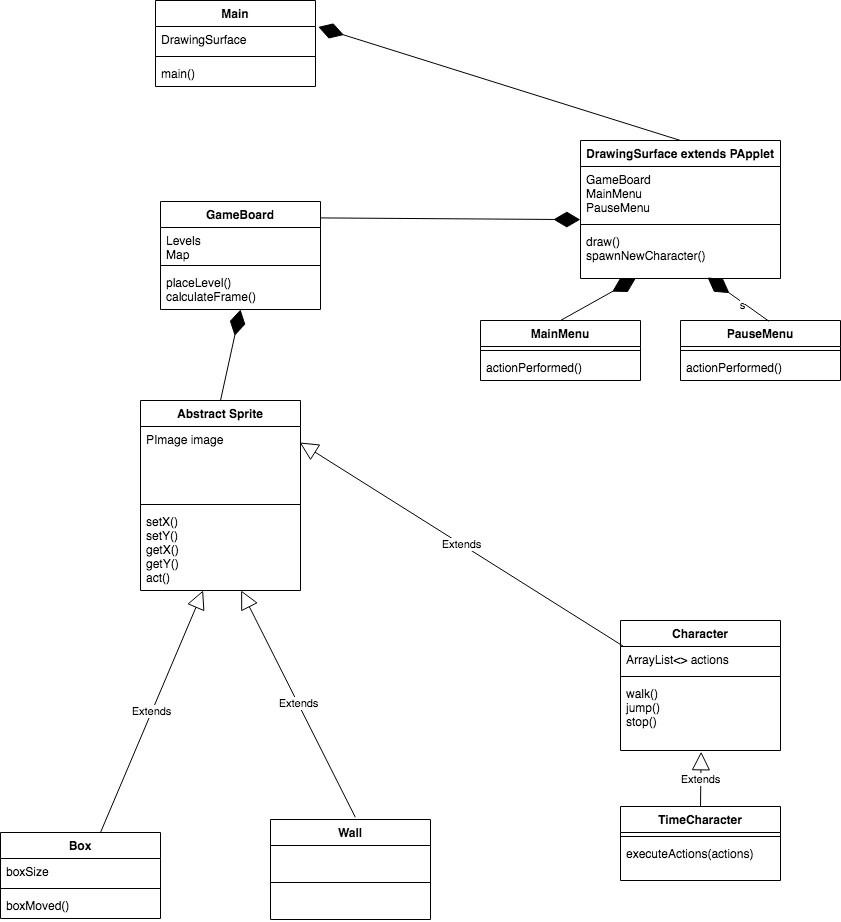
Above: TimeEscape/doc/Final Capstone Project UML Diagram.png in HHSAPCompSci2020/capstone-project-timetravel (draw.io), before the change. Source tidied: cells renumbered, new cells last; positions are measured from the earlier drawing's top-left corner, leaving out a move shared by most shapes.
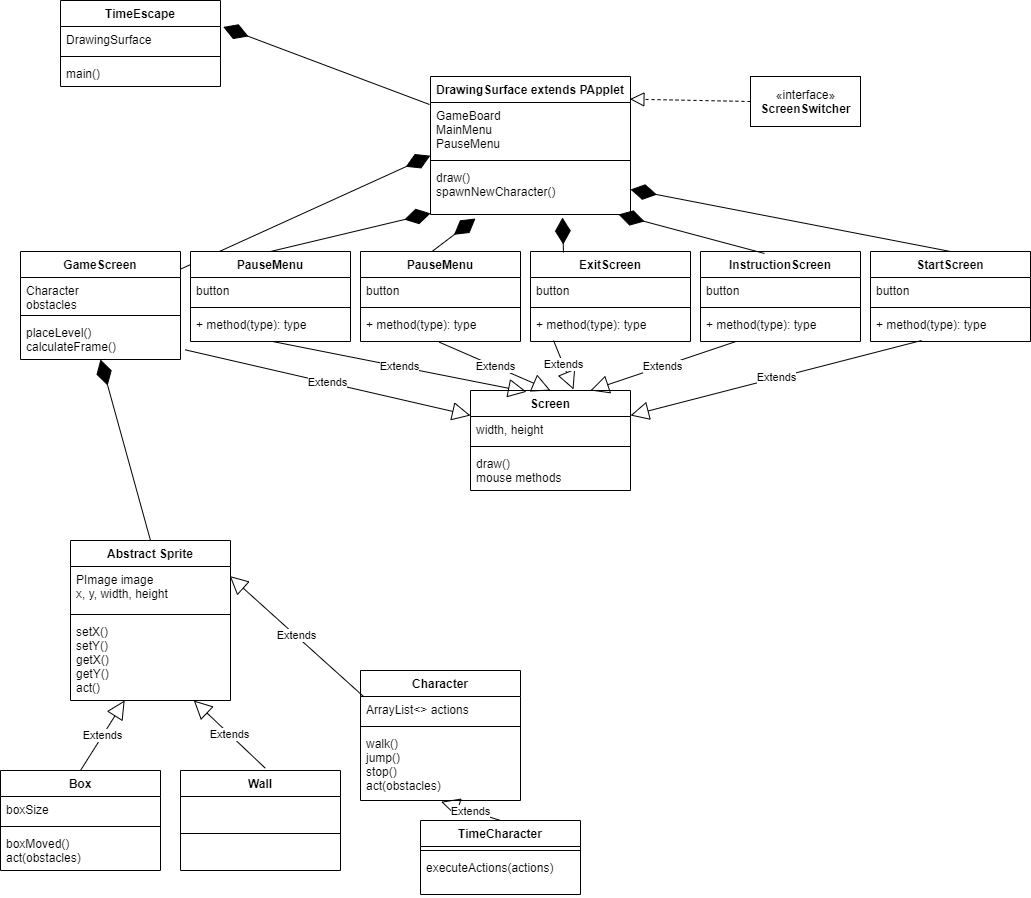
Above is the later version.

The edit, as a diff of the source:
```diff
@@ -4,4 +4,4 @@
     <mxCell id="1" parent="0" />
-    <mxCell id="2" value="Main" style="swimlane;fontStyle=1;align=center;verticalAlign=top;horizontal=1;startSize=26;" parent="1" vertex="1">
-      <mxGeometry x="155" width="160" height="86" as="geometry" />
+    <mxCell id="2" value="TimeEscape" style="swimlane;fontStyle=1;align=center;verticalAlign=top;horizontal=1;startSize=26;" parent="1" vertex="1">
+      <mxGeometry x="-20" y="-50" width="160" height="86" as="geometry" />
     </mxCell>
@@ -17,3 +17,3 @@
     <mxCell id="6" value="DrawingSurface extends PApplet" style="swimlane;fontStyle=1;align=center;verticalAlign=top;horizontal=1;startSize=26;" parent="1" vertex="1">
-      <mxGeometry x="580" y="140" width="200" height="138" as="geometry" />
+      <mxGeometry x="350" y="26" width="200" height="138" as="geometry" />
     </mxCell>
@@ -28,22 +28,4 @@
     </mxCell>
-    <mxCell id="10" value="MainMenu" style="swimlane;fontStyle=1;align=center;verticalAlign=top;horizontal=1;startSize=26;" parent="1" vertex="1">
-      <mxGeometry x="480" y="320" width="160" height="60" as="geometry" />
-    </mxCell>
-    <mxCell id="11" style="line;strokeWidth=1;fillColor=none;align=left;verticalAlign=middle;spacingTop=-1;spacingLeft=3;spacingRight=3;labelPosition=right;" parent="10" vertex="1">
-      <mxGeometry y="26" width="160" height="8" as="geometry" />
-    </mxCell>
-    <mxCell id="12" value="actionPerformed()" style="text;strokeColor=none;fillColor=none;align=left;verticalAlign=top;spacingLeft=4;spacingRight=4;overflow=hidden;" parent="10" vertex="1">
-      <mxGeometry y="34" width="160" height="26" as="geometry" />
-    </mxCell>
-    <mxCell id="13" value="PauseMenu" style="swimlane;fontStyle=1;align=center;verticalAlign=top;horizontal=1;startSize=26;" parent="1" vertex="1">
-      <mxGeometry x="680" y="320" width="160" height="60" as="geometry" />
-    </mxCell>
-    <mxCell id="14" style="line;strokeWidth=1;fillColor=none;align=left;verticalAlign=middle;spacingTop=-1;spacingLeft=3;spacingRight=3;labelPosition=right;" parent="13" vertex="1">
-      <mxGeometry y="26" width="160" height="8" as="geometry" />
-    </mxCell>
-    <mxCell id="15" value="actionPerformed()" style="text;strokeColor=none;fillColor=none;align=left;verticalAlign=top;spacingLeft=4;spacingRight=4;overflow=hidden;" parent="13" vertex="1">
-      <mxGeometry y="34" width="160" height="26" as="geometry" />
-    </mxCell>
     <mxCell id="16" value="Character" style="swimlane;fontStyle=1;align=center;verticalAlign=top;horizontal=1;startSize=26;" parent="1" vertex="1">
-      <mxGeometry x="620" y="620" width="160" height="130" as="geometry" />
+      <mxGeometry x="280" y="620" width="160" height="130" as="geometry" />
     </mxCell>
@@ -55,12 +37,12 @@
     </mxCell>
-    <mxCell id="19" value="walk()&#10;jump()&#10;stop()" style="text;strokeColor=none;fillColor=none;align=left;verticalAlign=top;spacingLeft=4;spacingRight=4;overflow=hidden;points=[[0,0.5],[1,0.5]];portConstraint=eastwest;" parent="16" vertex="1">
+    <mxCell id="19" value="walk()&#10;jump()&#10;stop()&#10;act(obstacles)" style="text;strokeColor=none;fillColor=none;align=left;verticalAlign=top;spacingLeft=4;spacingRight=4;overflow=hidden;points=[[0,0.5],[1,0.5]];portConstraint=eastwest;" parent="16" vertex="1">
       <mxGeometry y="60" width="160" height="70" as="geometry" />
     </mxCell>
-    <mxCell id="20" style="endArrow=diamondThin;endFill=1;endSize=24;html=1;entryX=1.017;entryY=0.016;entryDx=0;entryDy=0;entryPerimeter=0;exitX=0.5;exitY=0;exitDx=0;exitDy=0;" parent="1" edge="1" source="6" target="3">
+    <mxCell id="20" style="endArrow=diamondThin;endFill=1;endSize=24;html=1;entryX=1.017;entryY=0.016;entryDx=0;entryDy=0;entryPerimeter=0;exitX=-0.005;exitY=0.203;exitDx=0;exitDy=0;exitPerimeter=0;" parent="1" edge="1" source="6" target="3">
       <mxGeometry relative="1" as="geometry" />
     </mxCell>
-    <mxCell id="21" style="endArrow=diamondThin;endFill=1;endSize=24;html=1;exitX=0.5;exitY=0;exitDx=0;exitDy=0;" parent="1" edge="1" source="10" target="9">
+    <mxCell id="21" style="endArrow=diamondThin;endFill=1;endSize=24;html=1;exitX=0.5;exitY=0;exitDx=0;exitDy=0;" parent="1" edge="1" source="59" target="9">
       <mxGeometry relative="1" as="geometry" />
     </mxCell>
-    <mxCell id="22" value="s" style="endArrow=diamondThin;endFill=1;endSize=24;html=1;entryX=0.635;entryY=0.98;entryDx=0;entryDy=0;entryPerimeter=0;exitX=0.553;exitY=0.013;exitDx=0;exitDy=0;exitPerimeter=0;" parent="1" edge="1" source="13" target="9">
+    <mxCell id="22" style="endArrow=diamondThin;endFill=1;endSize=24;html=1;entryX=0.225;entryY=1.08;entryDx=0;entryDy=0;entryPerimeter=0;exitX=0.433;exitY=0.019;exitDx=0;exitDy=0;exitPerimeter=0;" parent="1" edge="1" source="55" target="9">
       <mxGeometry x="-0.17" y="3" relative="1" as="geometry">
@@ -69,6 +51,6 @@
     </mxCell>
-    <mxCell id="23" value="GameBoard" style="swimlane;fontStyle=1;align=center;verticalAlign=top;horizontal=1;startSize=26;" parent="1" vertex="1">
-      <mxGeometry x="160" y="201" width="160" height="108" as="geometry" />
+    <mxCell id="23" value="GameScreen" style="swimlane;fontStyle=1;align=center;verticalAlign=top;horizontal=1;startSize=26;" parent="1" vertex="1">
+      <mxGeometry x="-60" y="201" width="160" height="108" as="geometry" />
     </mxCell>
-    <mxCell id="24" value="Levels&#10;Map" style="text;strokeColor=none;fillColor=none;align=left;verticalAlign=top;spacingLeft=4;spacingRight=4;overflow=hidden;" parent="23" vertex="1">
+    <mxCell id="24" value="Character&#10;obstacles" style="text;strokeColor=none;fillColor=none;align=left;verticalAlign=top;spacingLeft=4;spacingRight=4;overflow=hidden;" parent="23" vertex="1">
       <mxGeometry y="26" width="160" height="34" as="geometry" />
@@ -82,12 +64,12 @@
     <mxCell id="27" value="Abstract Sprite" style="swimlane;fontStyle=1;align=center;verticalAlign=top;horizontal=1;startSize=26;" parent="1" vertex="1">
-      <mxGeometry x="140" y="400" width="160" height="190" as="geometry" />
+      <mxGeometry x="-10" y="490" width="160" height="160" as="geometry" />
     </mxCell>
-    <mxCell id="28" value="PImage image" style="text;strokeColor=none;fillColor=none;align=left;verticalAlign=top;spacingLeft=4;spacingRight=4;overflow=hidden;points=[[0,0.5],[1,0.5]];portConstraint=eastwest;" parent="27" vertex="1">
-      <mxGeometry y="26" width="160" height="74" as="geometry" />
+    <mxCell id="28" value="PImage image&#10;x, y, width, height" style="text;strokeColor=none;fillColor=none;align=left;verticalAlign=top;spacingLeft=4;spacingRight=4;overflow=hidden;points=[[0,0.5],[1,0.5]];portConstraint=eastwest;" parent="27" vertex="1">
+      <mxGeometry y="26" width="160" height="44" as="geometry" />
     </mxCell>
     <mxCell id="29" style="line;strokeWidth=1;fillColor=none;align=left;verticalAlign=middle;spacingTop=-1;spacingLeft=3;spacingRight=3;labelPosition=right;" parent="27" vertex="1">
-      <mxGeometry y="100" width="160" height="8" as="geometry" />
+      <mxGeometry y="70" width="160" height="8" as="geometry" />
     </mxCell>
     <mxCell id="30" value="setX()&#10;setY()&#10;getX()&#10;getY()&#10;act()" style="text;strokeColor=none;fillColor=none;align=left;verticalAlign=top;spacingLeft=4;spacingRight=4;overflow=hidden;points=[[0,0.5],[1,0.5]];portConstraint=eastwest;" parent="27" vertex="1">
-      <mxGeometry y="108" width="160" height="82" as="geometry" />
+      <mxGeometry y="78" width="160" height="82" as="geometry" />
     </mxCell>
@@ -96,9 +78,7 @@
     </mxCell>
-    <mxCell id="32" value="Extends" style="endArrow=block;endSize=16;endFill=0;html=1;exitX=0.5;exitY=0;exitDx=0;exitDy=0;" parent="1" edge="1" target="30">
-      <mxGeometry relative="1" as="geometry">
-        <mxPoint x="100" y="832" as="sourcePoint" />
-      </mxGeometry>
+    <mxCell id="32" value="Extends" style="endArrow=block;endSize=16;endFill=0;html=1;exitX=0.5;exitY=0;exitDx=0;exitDy=0;" parent="1" edge="1" source="42" target="30">
+      <mxGeometry relative="1" as="geometry" />
     </mxCell>
     <mxCell id="33" value="Wall" style="swimlane;fontStyle=1;align=center;verticalAlign=top;horizontal=1;startSize=26;" parent="1" vertex="1">
-      <mxGeometry x="270" y="819" width="160" height="100" as="geometry" />
+      <mxGeometry x="100" y="720" width="160" height="100" as="geometry" />
     </mxCell>
@@ -110,3 +90,3 @@
     </mxCell>
-    <mxCell id="36" style="endArrow=diamondThin;endFill=1;endSize=24;html=1;entryX=-0.001;entryY=0.984;entryDx=0;entryDy=0;entryPerimeter=0;exitX=0.999;exitY=0.152;exitDx=0;exitDy=0;exitPerimeter=0;" parent="1" edge="1" source="23" target="7">
+    <mxCell id="36" style="endArrow=diamondThin;endFill=1;endSize=24;html=1;entryX=-0.001;entryY=0.984;entryDx=0;entryDy=0;entryPerimeter=0;" parent="1" edge="1" source="23" target="7">
       <mxGeometry relative="1" as="geometry" />
@@ -114,3 +94,3 @@
     <mxCell id="37" value="TimeCharacter" style="swimlane;fontStyle=1;align=center;verticalAlign=top;horizontal=1;startSize=26;" parent="1" vertex="1">
-      <mxGeometry x="620" y="806" width="160" height="74" as="geometry" />
+      <mxGeometry x="340" y="770" width="160" height="74" as="geometry" />
     </mxCell>
@@ -129,3 +109,3 @@
     <mxCell id="42" value="Box" style="swimlane;fontStyle=1;align=center;verticalAlign=top;horizontal=1;startSize=26;" parent="1" vertex="1">
-      <mxGeometry y="832" width="160" height="86" as="geometry" />
+      <mxGeometry x="-80" y="720" width="160" height="100" as="geometry" />
     </mxCell>
@@ -137,5 +117,116 @@
     </mxCell>
-    <mxCell id="45" value="boxMoved()" style="text;strokeColor=none;fillColor=none;align=left;verticalAlign=top;spacingLeft=4;spacingRight=4;overflow=hidden;" parent="42" vertex="1">
-      <mxGeometry y="60" width="160" height="26" as="geometry" />
+    <mxCell id="45" value="boxMoved()&#10;act(obstacles)" style="text;strokeColor=none;fillColor=none;align=left;verticalAlign=top;spacingLeft=4;spacingRight=4;overflow=hidden;" parent="42" vertex="1">
+      <mxGeometry y="60" width="160" height="40" as="geometry" />
     </mxCell>
+    <mxCell id="46" value="Screen" style="swimlane;fontStyle=1;align=center;verticalAlign=top;horizontal=1;startSize=26;" parent="1" vertex="1">
+      <mxGeometry x="390" y="340" width="160" height="100" as="geometry" />
+    </mxCell>
+    <mxCell id="47" value="width, height" style="text;strokeColor=none;fillColor=none;align=left;verticalAlign=top;spacingLeft=4;spacingRight=4;overflow=hidden;" parent="46" vertex="1">
+      <mxGeometry y="26" width="160" height="26" as="geometry" />
+    </mxCell>
+    <mxCell id="48" style="line;strokeWidth=1;fillColor=none;align=left;verticalAlign=middle;spacingTop=-1;spacingLeft=3;spacingRight=3;labelPosition=right;" parent="46" vertex="1">
+      <mxGeometry y="52" width="160" height="8" as="geometry" />
+    </mxCell>
+    <mxCell id="49" value="draw()&#10;mouse methods" style="text;strokeColor=none;fillColor=none;align=left;verticalAlign=top;spacingLeft=4;spacingRight=4;overflow=hidden;" parent="46" vertex="1">
+      <mxGeometry y="60" width="160" height="40" as="geometry" />
+    </mxCell>
+    <mxCell id="50" style="endArrow=block;dashed=1;endFill=0;endSize=12;html=1;exitX=0;exitY=0.5;exitDx=0;exitDy=0;entryX=0.997;entryY=0.164;entryDx=0;entryDy=0;entryPerimeter=0;" parent="1" edge="1" source="51" target="6">
+      <mxGeometry relative="1" as="geometry" />
+    </mxCell>
+    <mxCell id="51" value="«interface»&lt;br&gt;&lt;b&gt;ScreenSwitcher&lt;/b&gt;" style="html=1;" parent="1" vertex="1">
+      <mxGeometry x="670" y="26" width="110" height="50" as="geometry" />
+    </mxCell>
+    <mxCell id="52" value="Extends" style="endArrow=block;endSize=16;endFill=0;html=1;exitX=0.492;exitY=1.022;exitDx=0;exitDy=0;exitPerimeter=0;entryX=0.5;entryY=0;entryDx=0;entryDy=0;startArrow=none;" parent="1" edge="1" source="58" target="46">
+      <mxGeometry relative="1" as="geometry" />
+    </mxCell>
+    <mxCell id="53" value="Extends" style="endArrow=block;endSize=16;endFill=0;html=1;exitX=0.513;exitY=1;exitDx=0;exitDy=0;entryX=0.35;entryY=0.013;entryDx=0;entryDy=0;entryPerimeter=0;exitPerimeter=0;" parent="1" edge="1" source="62" target="46">
+      <mxGeometry relative="1" as="geometry" />
+    </mxCell>
+    <mxCell id="54" value="Extends" style="endArrow=block;endSize=16;endFill=0;html=1;exitX=1.029;exitY=0.758;exitDx=0;exitDy=0;entryX=0;entryY=0.25;entryDx=0;entryDy=0;exitPerimeter=0;" parent="1" edge="1" source="26" target="46">
+      <mxGeometry relative="1" as="geometry" />
+    </mxCell>
+    <mxCell id="55" value="PauseMenu" style="swimlane;fontStyle=1;align=center;verticalAlign=top;horizontal=1;startSize=26;" parent="1" vertex="1">
+      <mxGeometry x="280" y="201" width="160" height="90" as="geometry" />
+    </mxCell>
+    <mxCell id="56" value="button" style="text;strokeColor=none;fillColor=none;align=left;verticalAlign=top;spacingLeft=4;spacingRight=4;overflow=hidden;" parent="55" vertex="1">
+      <mxGeometry y="26" width="160" height="26" as="geometry" />
+    </mxCell>
+    <mxCell id="57" style="line;strokeWidth=1;fillColor=none;align=left;verticalAlign=middle;spacingTop=-1;spacingLeft=3;spacingRight=3;labelPosition=right;" parent="55" vertex="1">
+      <mxGeometry y="52" width="160" height="8" as="geometry" />
+    </mxCell>
+    <mxCell id="58" value="+ method(type): type" style="text;strokeColor=none;fillColor=none;align=left;verticalAlign=top;spacingLeft=4;spacingRight=4;overflow=hidden;points=[[0,0.5],[1,0.5]];portConstraint=eastwest;" parent="55" vertex="1">
+      <mxGeometry y="60" width="160" height="30" as="geometry" />
+    </mxCell>
+    <mxCell id="59" value="PauseMenu" style="swimlane;fontStyle=1;align=center;verticalAlign=top;horizontal=1;startSize=26;" parent="1" vertex="1">
+      <mxGeometry x="110" y="201" width="160" height="90" as="geometry" />
+    </mxCell>
+    <mxCell id="60" value="button" style="text;strokeColor=none;fillColor=none;align=left;verticalAlign=top;spacingLeft=4;spacingRight=4;overflow=hidden;" parent="59" vertex="1">
+      <mxGeometry y="26" width="160" height="26" as="geometry" />
+    </mxCell>
+    <mxCell id="61" style="line;strokeWidth=1;fillColor=none;align=left;verticalAlign=middle;spacingTop=-1;spacingLeft=3;spacingRight=3;labelPosition=right;" parent="59" vertex="1">
+      <mxGeometry y="52" width="160" height="8" as="geometry" />
+    </mxCell>
+    <mxCell id="62" value="+ method(type): type" style="text;strokeColor=none;fillColor=none;align=left;verticalAlign=top;spacingLeft=4;spacingRight=4;overflow=hidden;points=[[0,0.5],[1,0.5]];portConstraint=eastwest;" parent="59" vertex="1">
+      <mxGeometry y="60" width="160" height="30" as="geometry" />
+    </mxCell>
+    <mxCell id="63" value="ExitScreen" style="swimlane;fontStyle=1;align=center;verticalAlign=top;horizontal=1;startSize=26;" parent="1" vertex="1">
+      <mxGeometry x="450" y="201" width="160" height="90" as="geometry" />
+    </mxCell>
+    <mxCell id="64" value="button" style="text;strokeColor=none;fillColor=none;align=left;verticalAlign=top;spacingLeft=4;spacingRight=4;overflow=hidden;" parent="63" vertex="1">
+      <mxGeometry y="26" width="160" height="26" as="geometry" />
+    </mxCell>
+    <mxCell id="65" style="line;strokeWidth=1;fillColor=none;align=left;verticalAlign=middle;spacingTop=-1;spacingLeft=3;spacingRight=3;labelPosition=right;" parent="63" vertex="1">
+      <mxGeometry y="52" width="160" height="8" as="geometry" />
+    </mxCell>
+    <mxCell id="66" value="+ method(type): type" style="text;strokeColor=none;fillColor=none;align=left;verticalAlign=top;spacingLeft=4;spacingRight=4;overflow=hidden;points=[[0,0.5],[1,0.5]];portConstraint=eastwest;" parent="63" vertex="1">
+      <mxGeometry y="60" width="160" height="30" as="geometry" />
+    </mxCell>
+    <mxCell id="67" value="Extends" style="endArrow=block;endSize=16;endFill=0;html=1;exitX=0.144;exitY=0.967;exitDx=0;exitDy=0;exitPerimeter=0;entryX=0.644;entryY=-0.01;entryDx=0;entryDy=0;startArrow=none;entryPerimeter=0;" parent="1" edge="1" source="66" target="46">
+      <mxGeometry relative="1" as="geometry" />
+    </mxCell>
+    <mxCell id="68" style="endArrow=diamondThin;endFill=1;endSize=24;html=1;entryX=0.66;entryY=1.06;entryDx=0;entryDy=0;entryPerimeter=0;exitX=0.206;exitY=0.011;exitDx=0;exitDy=0;exitPerimeter=0;" parent="1" edge="1" source="63" target="9">
+      <mxGeometry x="-0.17" y="3" relative="1" as="geometry">
+        <mxPoint x="1" as="offset" />
+      </mxGeometry>
+    </mxCell>
+    <mxCell id="69" value="InstructionScreen" style="swimlane;fontStyle=1;align=center;verticalAlign=top;horizontal=1;startSize=26;" parent="1" vertex="1">
+      <mxGeometry x="620" y="201" width="160" height="90" as="geometry" />
+    </mxCell>
+    <mxCell id="70" value="button" style="text;strokeColor=none;fillColor=none;align=left;verticalAlign=top;spacingLeft=4;spacingRight=4;overflow=hidden;" parent="69" vertex="1">
+      <mxGeometry y="26" width="160" height="26" as="geometry" />
+    </mxCell>
+    <mxCell id="71" style="line;strokeWidth=1;fillColor=none;align=left;verticalAlign=middle;spacingTop=-1;spacingLeft=3;spacingRight=3;labelPosition=right;" parent="69" vertex="1">
+      <mxGeometry y="52" width="160" height="8" as="geometry" />
+    </mxCell>
+    <mxCell id="72" value="+ method(type): type" style="text;strokeColor=none;fillColor=none;align=left;verticalAlign=top;spacingLeft=4;spacingRight=4;overflow=hidden;points=[[0,0.5],[1,0.5]];portConstraint=eastwest;" parent="69" vertex="1">
+      <mxGeometry y="60" width="160" height="30" as="geometry" />
+    </mxCell>
+    <mxCell id="73" value="StartScreen" style="swimlane;fontStyle=1;align=center;verticalAlign=top;horizontal=1;startSize=26;" parent="1" vertex="1">
+      <mxGeometry x="790" y="201" width="160" height="90" as="geometry" />
+    </mxCell>
+    <mxCell id="74" value="button" style="text;strokeColor=none;fillColor=none;align=left;verticalAlign=top;spacingLeft=4;spacingRight=4;overflow=hidden;" parent="73" vertex="1">
+      <mxGeometry y="26" width="160" height="26" as="geometry" />
+    </mxCell>
+    <mxCell id="75" style="line;strokeWidth=1;fillColor=none;align=left;verticalAlign=middle;spacingTop=-1;spacingLeft=3;spacingRight=3;labelPosition=right;" parent="73" vertex="1">
+      <mxGeometry y="52" width="160" height="8" as="geometry" />
+    </mxCell>
+    <mxCell id="76" value="+ method(type): type" style="text;strokeColor=none;fillColor=none;align=left;verticalAlign=top;spacingLeft=4;spacingRight=4;overflow=hidden;points=[[0,0.5],[1,0.5]];portConstraint=eastwest;" parent="73" vertex="1">
+      <mxGeometry y="60" width="160" height="30" as="geometry" />
+    </mxCell>
+    <mxCell id="77" value="Extends" style="endArrow=block;endSize=16;endFill=0;html=1;entryX=0.75;entryY=0;entryDx=0;entryDy=0;startArrow=none;" parent="1" edge="1" source="72" target="46">
+      <mxGeometry relative="1" as="geometry" />
+    </mxCell>
+    <mxCell id="78" value="Extends" style="endArrow=block;endSize=16;endFill=0;html=1;entryX=1;entryY=0.25;entryDx=0;entryDy=0;startArrow=none;exitX=0.319;exitY=0.967;exitDx=0;exitDy=0;exitPerimeter=0;" parent="1" edge="1" source="76" target="46">
+      <mxGeometry relative="1" as="geometry" />
+    </mxCell>
+    <mxCell id="79" style="endArrow=diamondThin;endFill=1;endSize=24;html=1;entryX=0.94;entryY=1;entryDx=0;entryDy=0;entryPerimeter=0;exitX=0.4;exitY=0.022;exitDx=0;exitDy=0;exitPerimeter=0;" parent="1" edge="1" source="69" target="9">
+      <mxGeometry x="-0.17" y="3" relative="1" as="geometry">
+        <mxPoint x="1" as="offset" />
+      </mxGeometry>
+    </mxCell>
+    <mxCell id="80" style="endArrow=diamondThin;endFill=1;endSize=24;html=1;entryX=1;entryY=0.5;entryDx=0;entryDy=0;exitX=0.5;exitY=0;exitDx=0;exitDy=0;" parent="1" edge="1" source="73" target="9">
+      <mxGeometry x="-0.17" y="3" relative="1" as="geometry">
+        <mxPoint x="1" as="offset" />
+      </mxGeometry>
+    </mxCell>
   </root>
```
